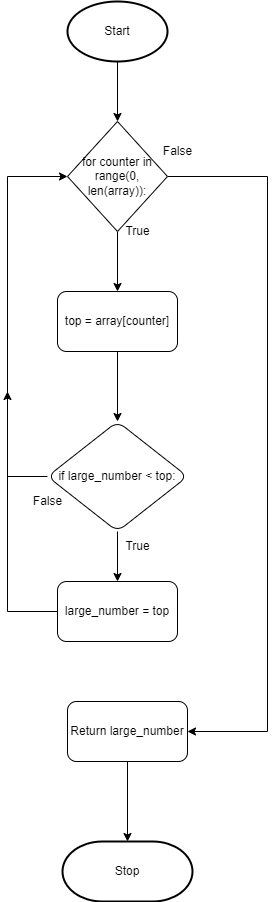
Earlier version of the draw.io export flowchart.png (Ethan-Prieur1/ICS3U-Unit6-02-Python). Source tidied: cells renumbered, new cells last; positions are measured from the earlier drawing's top-left corner, leaving out a move shared by most shapes.
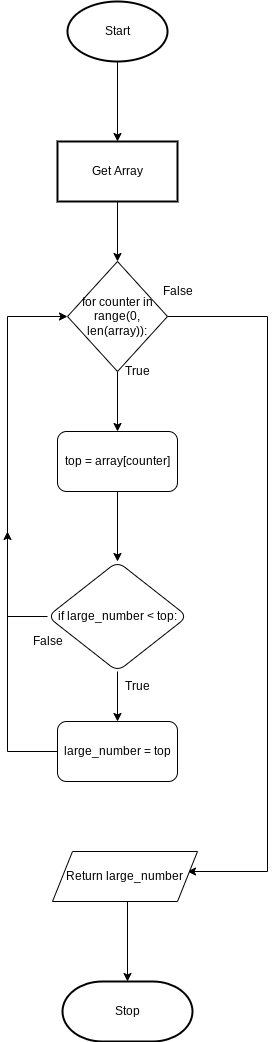
Above is the later version.

What changed in the source:
```diff
@@ -2,13 +2,11 @@
   <root>
     <mxCell id="0" />
     <mxCell id="1" parent="0" />
-    <mxCell id="2" style="edgeStyle=none;html=1;exitX=0.5;exitY=1;exitDx=0;exitDy=0;exitPerimeter=0;entryX=0.5;entryY=0;entryDx=0;entryDy=0;" parent="1" edge="1" source="3">
-      <mxGeometry relative="1" as="geometry">
-        <mxPoint x="110" y="120" as="targetPoint" />
-      </mxGeometry>
-    </mxCell>
+    <mxCell id="21" style="edgeStyle=none;html=1;" parent="1" edge="1" source="3" target="23">
+      <mxGeometry relative="1" as="geometry" />
+    </mxCell>
     <mxCell id="3" value="Start" style="strokeWidth=2;html=1;shape=mxgraph.flowchart.start_1;whiteSpace=wrap;" parent="1" vertex="1">
-      <mxGeometry x="60" width="100" height="60" as="geometry" />
+      <mxGeometry x="60" y="-140" width="100" height="60" as="geometry" />
     </mxCell>
     <mxCell id="4" value="Stop" style="strokeWidth=2;html=1;shape=mxgraph.flowchart.terminator;whiteSpace=wrap;" parent="1" vertex="1">
       <mxGeometry x="55" y="840" width="130" height="60" as="geometry" />
@@ -16,8 +14,9 @@
     <mxCell id="5" style="edgeStyle=none;html=1;" parent="1" edge="1" source="7" target="9">
       <mxGeometry relative="1" as="geometry" />
     </mxCell>
-    <mxCell id="6" style="edgeStyle=orthogonalEdgeStyle;html=1;rounded=0;entryX=1;entryY=0.5;entryDx=0;entryDy=0;" parent="1" edge="1" source="7" target="16">
+    <mxCell id="6" style="edgeStyle=orthogonalEdgeStyle;html=1;rounded=0;entryX=1;entryY=0.5;entryDx=0;entryDy=0;" parent="1" edge="1" source="7">
       <mxGeometry relative="1" as="geometry">
+        <mxPoint x="180" y="730" as="targetPoint" />
         <Array as="points">
           <mxPoint x="260" y="175" />
           <mxPoint x="260" y="730" />
@@ -55,12 +54,11 @@
     <mxCell id="14" value="large_number = top" style="whiteSpace=wrap;html=1;rounded=1;" parent="1" vertex="1">
       <mxGeometry x="50" y="580" width="120" height="60" as="geometry" />
     </mxCell>
-    <mxCell id="15" style="edgeStyle=orthogonalEdgeStyle;rounded=0;html=1;" parent="1" edge="1" source="16" target="4">
-      <mxGeometry relative="1" as="geometry" />
+    <mxCell id="15" style="edgeStyle=orthogonalEdgeStyle;rounded=0;html=1;" parent="1" edge="1" target="4">
+      <mxGeometry relative="1" as="geometry">
+        <mxPoint x="120" y="760" as="sourcePoint" />
+      </mxGeometry>
     </mxCell>
-    <mxCell id="16" value="Return large_number" style="whiteSpace=wrap;html=1;rounded=1;" parent="1" vertex="1">
-      <mxGeometry x="60" y="700" width="120" height="60" as="geometry" />
-    </mxCell>
     <mxCell id="17" value="True" style="text;html=1;align=center;verticalAlign=middle;strokeColor=none;fillColor=none;" parent="1" vertex="1">
       <mxGeometry x="110" y="220" width="40" height="20" as="geometry" />
     </mxCell>
@@ -73,5 +71,14 @@
     <mxCell id="20" value="True" style="text;html=1;align=center;verticalAlign=middle;strokeColor=none;fillColor=none;" parent="1" vertex="1">
       <mxGeometry x="110" y="535" width="40" height="20" as="geometry" />
     </mxCell>
+    <mxCell id="22" style="edgeStyle=none;html=1;" parent="1" edge="1" source="23" target="7">
+      <mxGeometry relative="1" as="geometry" />
+    </mxCell>
+    <mxCell id="23" value="Get Array" style="whiteSpace=wrap;html=1;strokeWidth=2;" parent="1" vertex="1">
+      <mxGeometry x="50" width="120" height="60" as="geometry" />
+    </mxCell>
+    <mxCell id="16" value="&lt;span&gt;Return large_number&lt;/span&gt;" style="shape=parallelogram;perimeter=parallelogramPerimeter;whiteSpace=wrap;html=1;fixedSize=1;" parent="1" vertex="1">
+      <mxGeometry x="45" y="710" width="145" height="50" as="geometry" />
+    </mxCell>
   </root>
 </mxGraphModel>
```
